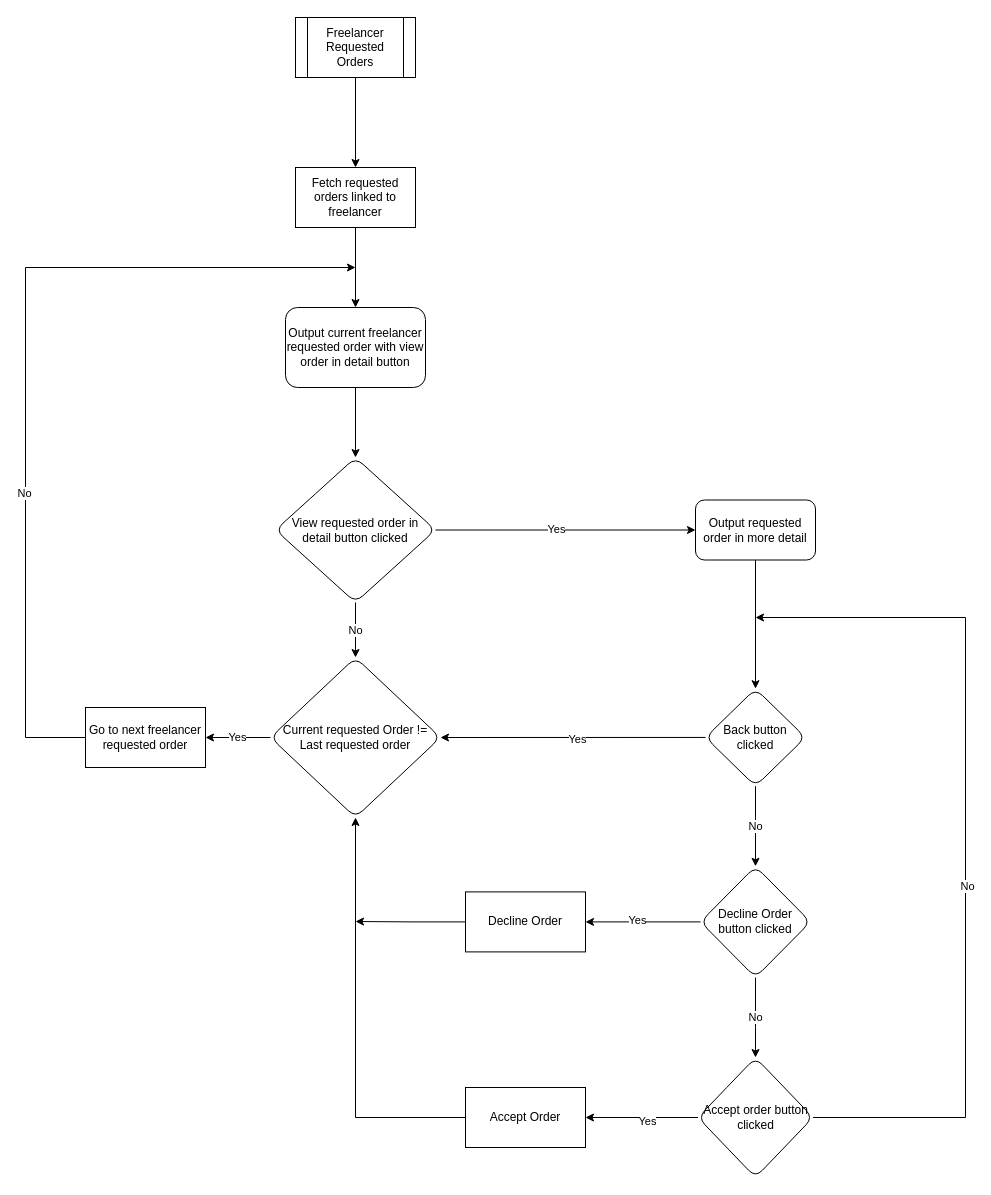
This is RequestedOrdersFreelancer.drawio from trndnd/ALevelTkinterWork, a draw.io file, before an edit. Source tidied: cells renumbered, new cells numbered last; positions are measured from the earlier drawing's top-left corner, leaving out a move shared by most shapes. Both pictures are drawn from the tidied source at 100%, with x=0, y=0 at pixel (25, 17).
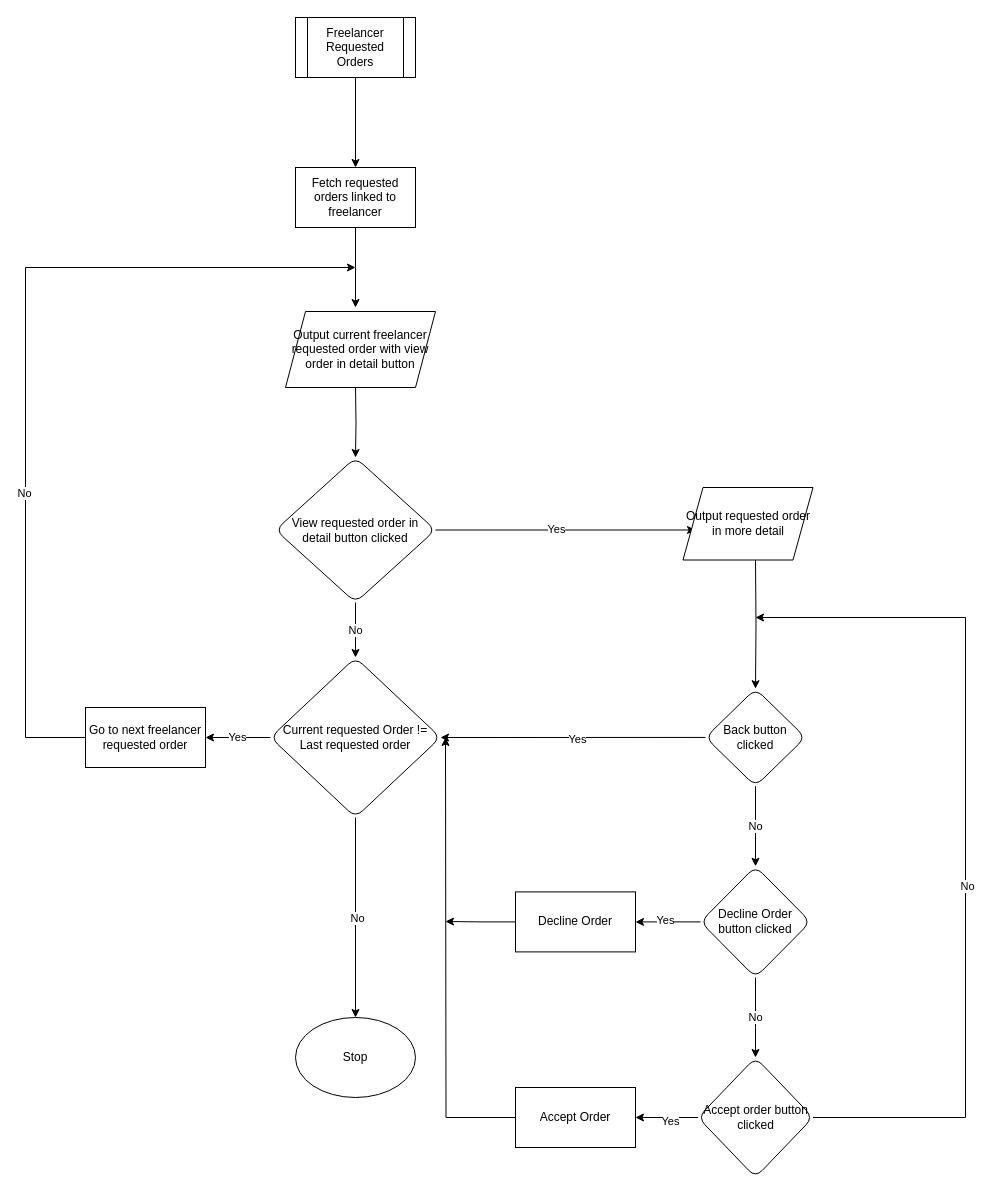
The same diagram, later.

The change refers to these unchanged cells:
```xml
<mxCell id="5" value="Fetch requested orders linked to freelancer" style="rounded=0;whiteSpace=wrap;html=1;" parent="1" vertex="1">
  <mxGeometry x="270" y="150" width="120" height="60" as="geometry" />
</mxCell>
<mxCell id="11" value="View requested order in detail button clicked" style="rhombus;whiteSpace=wrap;html=1;rounded=1;" parent="1" vertex="1">
  <mxGeometry x="250" y="440" width="160" height="145" as="geometry" />
</mxCell>
<mxCell id="18" value="Current requested Order != Last requested order" style="rhombus;whiteSpace=wrap;html=1;rounded=1;" parent="1" vertex="1">
  <mxGeometry x="245" y="640" width="170" height="160" as="geometry" />
</mxCell>
<mxCell id="22" value="Back button clicked" style="rhombus;whiteSpace=wrap;html=1;rounded=1;" parent="1" vertex="1">
  <mxGeometry x="680" y="671.2" width="100" height="97.5" as="geometry" />
</mxCell>
```

What changed in the source:
```diff
@@
-    <mxCell id="4" style="edgeStyle=orthogonalEdgeStyle;rounded=0;jettySize=auto;html=1;exitX=0.5;exitY=1;exitDx=0;exitDy=0;" parent="1" edge="1" source="5" target="7">
-      <mxGeometry relative="1" as="geometry" />
+    <mxCell id="4" style="edgeStyle=orthogonalEdgeStyle;rounded=0;jettySize=auto;html=1;exitX=0.5;exitY=1;exitDx=0;exitDy=0;" parent="1" edge="1" source="5">
+      <mxGeometry relative="1" as="geometry">
+        <mxPoint x="330" y="290" as="targetPoint" />
+      </mxGeometry>
     </mxCell>
@@
-    <mxCell id="6" style="edgeStyle=orthogonalEdgeStyle;rounded=0;jettySize=auto;html=1;" parent="1" edge="1" source="7" target="11">
-      <mxGeometry relative="1" as="geometry" />
+    <mxCell id="6" style="edgeStyle=orthogonalEdgeStyle;rounded=0;jettySize=auto;html=1;" parent="1" edge="1" target="11">
+      <mxGeometry relative="1" as="geometry">
+        <mxPoint x="330" y="370" as="sourcePoint" />
+      </mxGeometry>
     </mxCell>
-    <mxCell id="7" value="Output current freelancer requested order with view order in detail button" style="rounded=1;whiteSpace=wrap;html=1;" parent="1" vertex="1">
-      <mxGeometry x="260" y="290" width="140" height="80" as="geometry" />
-    </mxCell>
-    <mxCell id="8" style="edgeStyle=orthogonalEdgeStyle;rounded=0;jettySize=auto;html=1;" parent="1" edge="1" source="11" target="13">
-      <mxGeometry relative="1" as="geometry" />
+    <mxCell id="8" style="edgeStyle=orthogonalEdgeStyle;rounded=0;jettySize=auto;html=1;" parent="1" edge="1" source="11">
+      <mxGeometry relative="1" as="geometry">
+        <mxPoint x="670" y="512.5" as="targetPoint" />
+      </mxGeometry>
     </mxCell>
@@
-    <mxCell id="12" style="edgeStyle=orthogonalEdgeStyle;rounded=0;jettySize=auto;html=1;" parent="1" edge="1" source="13" target="22">
-      <mxGeometry relative="1" as="geometry" />
+    <mxCell id="12" style="edgeStyle=orthogonalEdgeStyle;rounded=0;jettySize=auto;html=1;" parent="1" edge="1" target="22">
+      <mxGeometry relative="1" as="geometry">
+        <mxPoint x="730" y="542.5" as="sourcePoint" />
+      </mxGeometry>
     </mxCell>
-    <mxCell id="13" value="Output requested order in more detail" style="whiteSpace=wrap;html=1;rounded=1;" parent="1" vertex="1">
-      <mxGeometry x="670" y="482.5" width="120" height="60" as="geometry" />
-    </mxCell>
@@
+    <mxCell id="36" style="edgeStyle=orthogonalEdgeStyle;rounded=0;jettySize=auto;html=1;exitX=0.5;exitY=1;exitDx=0;exitDy=0;entryX=0.5;entryY=0;entryDx=0;entryDy=0;" parent="1" edge="1" source="18" target="38">
+      <mxGeometry relative="1" as="geometry" />
+    </mxCell>
+    <mxCell id="37" value="No" style="edgeLabel;html=1;align=center;verticalAlign=middle;" parent="36" vertex="1">
+      <mxGeometry y="1" relative="1" as="geometry" />
+    </mxCell>
@@
     <mxCell id="27" style="edgeStyle=orthogonalEdgeStyle;rounded=0;jettySize=auto;html=1;exitX=0;exitY=0.5;exitDx=0;exitDy=0;" parent="1" edge="1" source="28">
       <mxGeometry relative="1" as="geometry">
-        <mxPoint x="330" y="904" as="targetPoint" />
+        <mxPoint x="420" y="904" as="targetPoint" />
       </mxGeometry>
     </mxCell>
     <mxCell id="28" value="Decline Order" style="rounded=0;whiteSpace=wrap;html=1;" parent="1" vertex="1">
-      <mxGeometry x="440" y="874.4" width="120" height="60" as="geometry" />
+      <mxGeometry x="490" y="874.4" width="120" height="60" as="geometry" />
     </mxCell>
@@
-    <mxCell id="34" style="edgeStyle=orthogonalEdgeStyle;rounded=0;jettySize=auto;html=1;exitX=0;exitY=0.5;exitDx=0;exitDy=0;" parent="1" edge="1" source="35" target="18">
-      <mxGeometry relative="1" as="geometry" />
+    <mxCell id="34" style="edgeStyle=orthogonalEdgeStyle;rounded=0;jettySize=auto;html=1;exitX=0;exitY=0.5;exitDx=0;exitDy=0;" parent="1" edge="1" source="35">
+      <mxGeometry relative="1" as="geometry">
+        <mxPoint x="420" y="720" as="targetPoint" />
+      </mxGeometry>
     </mxCell>
     <mxCell id="35" value="Accept Order" style="rounded=0;whiteSpace=wrap;html=1;" parent="1" vertex="1">
-      <mxGeometry x="440" y="1070" width="120" height="60" as="geometry" />
+      <mxGeometry x="490" y="1070" width="120" height="60" as="geometry" />
     </mxCell>
+    <mxCell id="38" value="Stop" style="ellipse;whiteSpace=wrap;html=1;" parent="1" vertex="1">
+      <mxGeometry x="270" y="1000" width="120" height="80" as="geometry" />
+    </mxCell>
+    <mxCell id="13" value="Output requested order in more detail" style="shape=parallelogram;perimeter=parallelogramPerimeter;whiteSpace=wrap;html=1;fixedSize=1;" parent="1" vertex="1">
+      <mxGeometry x="657.5" y="470" width="130" height="72.5" as="geometry" />
+    </mxCell>
+    <mxCell id="7" value="Output current freelancer requested order with view order in detail button" style="shape=parallelogram;perimeter=parallelogramPerimeter;whiteSpace=wrap;html=1;fixedSize=1;" parent="1" vertex="1">
+      <mxGeometry x="260" y="294" width="150" height="76" as="geometry" />
+    </mxCell>
```
